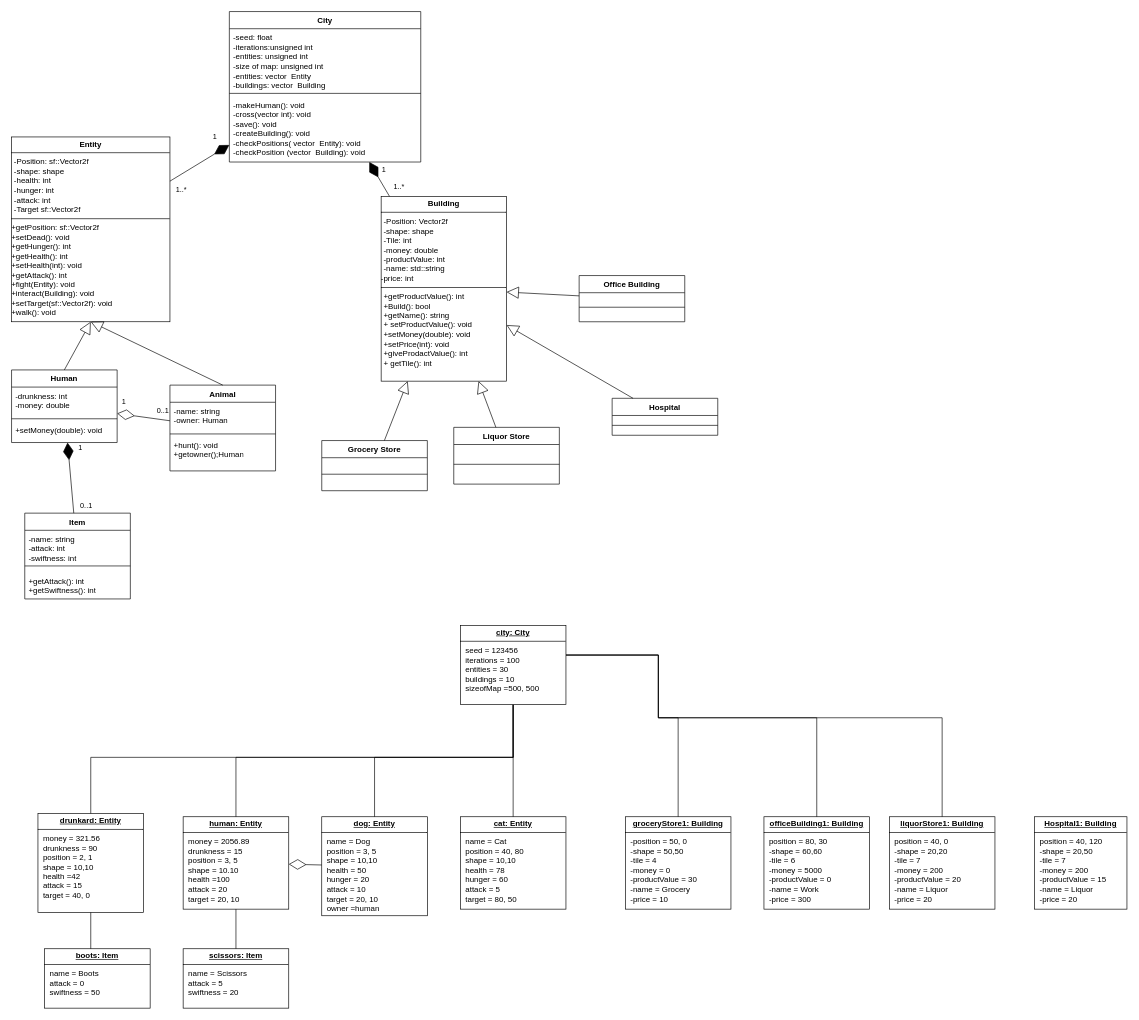
The draw.io diagram drawio/Diagram_Class.drawio in KacKep/city_simulator, before the edit. Source tidied: cells renumbered, new cells numbered last; positions are measured from the earlier drawing's top-left corner, leaving out a move shared by most shapes. Both pictures are drawn from the tidied source at 66%, with x=0, y=0 at pixel (11, 11).
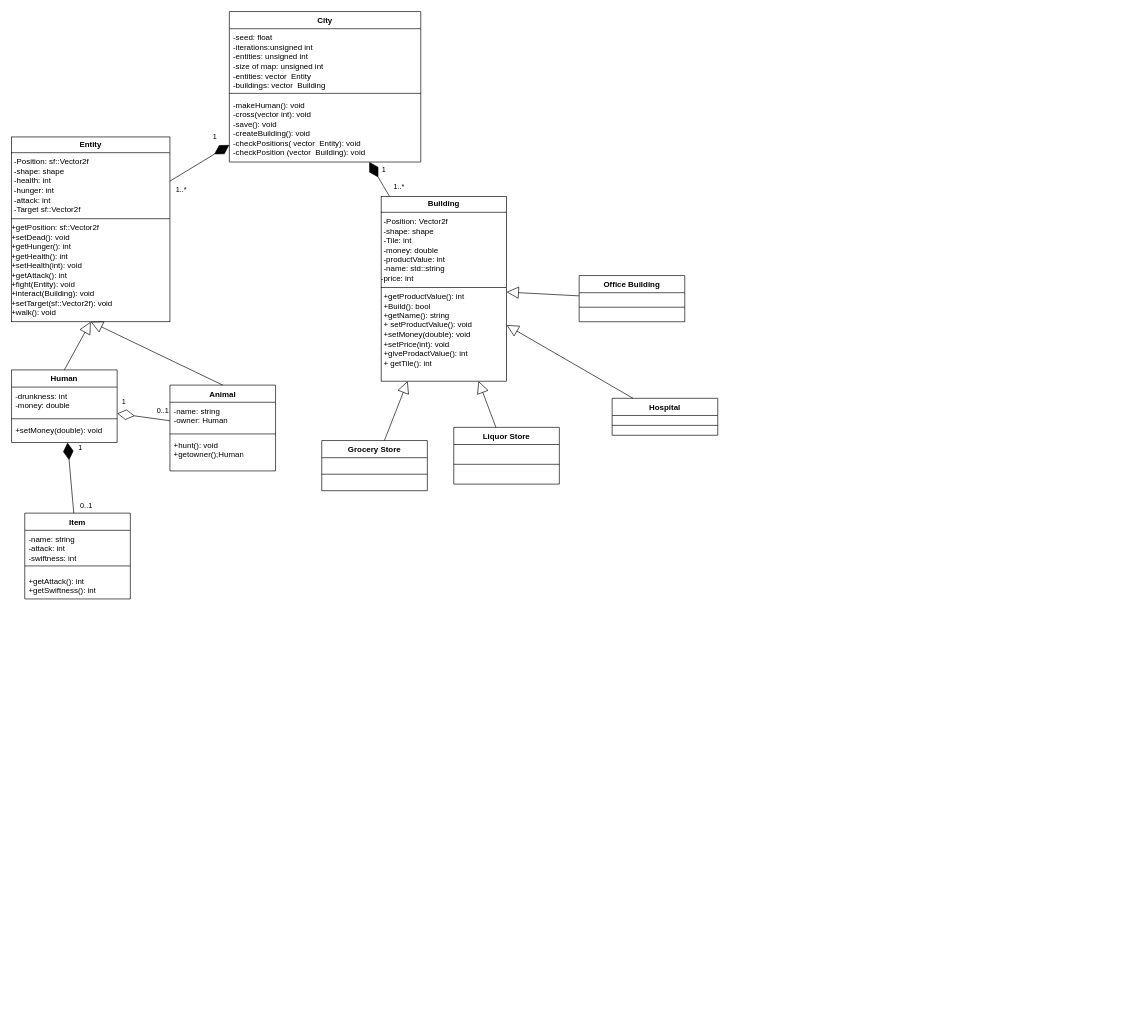
The same diagram, later.

The edit, as a diff of the source:
```diff
@@
-    <mxCell id="42" value="&lt;p style=&quot;margin: 4px 0px 0px; text-align: center; text-decoration: underline;&quot;&gt;&lt;b&gt;drunkard: Entity&lt;/b&gt;&lt;/p&gt;&lt;hr size=&quot;1&quot; style=&quot;border-style:solid;&quot;&gt;&lt;p style=&quot;margin:0px;margin-left:8px;&quot;&gt;money = 321.56&lt;/p&gt;&lt;p style=&quot;margin:0px;margin-left:8px;&quot;&gt;drunkness = 90&lt;/p&gt;&lt;p style=&quot;margin:0px;margin-left:8px;&quot;&gt;position = 2, 1&lt;/p&gt;&lt;p style=&quot;margin:0px;margin-left:8px;&quot;&gt;shape = 10,10&lt;/p&gt;&lt;p style=&quot;margin:0px;margin-left:8px;&quot;&gt;health =42&lt;/p&gt;&lt;p style=&quot;margin:0px;margin-left:8px;&quot;&gt;attack = 15&lt;/p&gt;&lt;p style=&quot;margin:0px;margin-left:8px;&quot;&gt;target = 40, 0&lt;/p&gt;" style="verticalAlign=top;align=left;overflow=fill;html=1;whiteSpace=wrap;" parent="1" vertex="1">
-      <mxGeometry x="40" y="1215" width="160" height="150" as="geometry" />
-    </mxCell>
-    <mxCell id="43" value="&lt;p style=&quot;margin: 4px 0px 0px; text-align: center; text-decoration: underline;&quot;&gt;&lt;b&gt;dog: Entity&lt;/b&gt;&lt;/p&gt;&lt;hr size=&quot;1&quot; style=&quot;border-style:solid;&quot;&gt;&lt;p style=&quot;margin:0px;margin-left:8px;&quot;&gt;name = Dog&lt;/p&gt;&lt;p style=&quot;margin:0px;margin-left:8px;&quot;&gt;position = 3, 5&lt;/p&gt;&lt;p style=&quot;margin:0px;margin-left:8px;&quot;&gt;shape = 10,10&lt;/p&gt;&lt;p style=&quot;margin:0px;margin-left:8px;&quot;&gt;health = 50&lt;/p&gt;&lt;p style=&quot;margin:0px;margin-left:8px;&quot;&gt;hunger = 20&lt;/p&gt;&lt;p style=&quot;margin:0px;margin-left:8px;&quot;&gt;attack = 10&lt;/p&gt;&lt;p style=&quot;margin:0px;margin-left:8px;&quot;&gt;target = 20, 10&lt;/p&gt;&lt;p style=&quot;margin:0px;margin-left:8px;&quot;&gt;owner =human&lt;/p&gt;" style="verticalAlign=top;align=left;overflow=fill;html=1;whiteSpace=wrap;" parent="1" vertex="1">
-      <mxGeometry x="470" y="1220" width="160" height="150" as="geometry" />
-    </mxCell>
-    <mxCell id="44" value="&lt;p style=&quot;margin: 4px 0px 0px; text-align: center; text-decoration: underline;&quot;&gt;&lt;b&gt;cat: Entity&lt;/b&gt;&lt;/p&gt;&lt;hr size=&quot;1&quot; style=&quot;border-style:solid;&quot;&gt;&lt;p style=&quot;margin:0px;margin-left:8px;&quot;&gt;name = Cat&lt;/p&gt;&lt;p style=&quot;margin:0px;margin-left:8px;&quot;&gt;position = 40, 80&lt;/p&gt;&lt;p style=&quot;margin:0px;margin-left:8px;&quot;&gt;shape = 10,10&lt;/p&gt;&lt;p style=&quot;margin:0px;margin-left:8px;&quot;&gt;health = 78&lt;/p&gt;&lt;p style=&quot;margin:0px;margin-left:8px;&quot;&gt;hunger = 60&lt;/p&gt;&lt;p style=&quot;margin:0px;margin-left:8px;&quot;&gt;attack = 5&lt;/p&gt;&lt;p style=&quot;margin:0px;margin-left:8px;&quot;&gt;target = 80, 50&lt;/p&gt;" style="verticalAlign=top;align=left;overflow=fill;html=1;whiteSpace=wrap;" parent="1" vertex="1">
-      <mxGeometry x="680" y="1220" width="160" height="140" as="geometry" />
-    </mxCell>
-    <mxCell id="45" value="&lt;p style=&quot;margin: 4px 0px 0px; text-align: center; text-decoration: underline;&quot;&gt;&lt;b&gt;human: Entity&lt;/b&gt;&lt;/p&gt;&lt;hr size=&quot;1&quot; style=&quot;border-style:solid;&quot;&gt;&lt;p style=&quot;margin:0px;margin-left:8px;&quot;&gt;money = 2056.89&lt;/p&gt;&lt;p style=&quot;margin:0px;margin-left:8px;&quot;&gt;drunkness = 15&lt;/p&gt;&lt;p style=&quot;margin:0px;margin-left:8px;&quot;&gt;position = 3, 5&lt;/p&gt;&lt;p style=&quot;margin:0px;margin-left:8px;&quot;&gt;shape = 10.10&lt;/p&gt;&lt;p style=&quot;margin:0px;margin-left:8px;&quot;&gt;health =100&lt;/p&gt;&lt;p style=&quot;margin:0px;margin-left:8px;&quot;&gt;attack = 20&lt;/p&gt;&lt;p style=&quot;margin:0px;margin-left:8px;&quot;&gt;target = 20, 10&lt;/p&gt;" style="verticalAlign=top;align=left;overflow=fill;html=1;whiteSpace=wrap;" parent="1" vertex="1">
-      <mxGeometry x="260" y="1220" width="160" height="140" as="geometry" />
-    </mxCell>
-    <mxCell id="46" value="&lt;p style=&quot;margin: 4px 0px 0px; text-align: center; text-decoration: underline;&quot;&gt;&lt;b&gt;scissors: Item&lt;/b&gt;&lt;/p&gt;&lt;hr size=&quot;1&quot; style=&quot;border-style:solid;&quot;&gt;&lt;p style=&quot;margin:0px;margin-left:8px;&quot;&gt;name = Scissors&lt;/p&gt;&lt;p style=&quot;margin:0px;margin-left:8px;&quot;&gt;attack = 5&lt;/p&gt;&lt;p style=&quot;margin:0px;margin-left:8px;&quot;&gt;swiftness = 20&lt;/p&gt;" style="verticalAlign=top;align=left;overflow=fill;html=1;whiteSpace=wrap;" parent="1" vertex="1">
-      <mxGeometry x="260" y="1420" width="160" height="90" as="geometry" />
-    </mxCell>
-    <mxCell id="47" value="&lt;p style=&quot;margin: 4px 0px 0px; text-align: center; text-decoration: underline;&quot;&gt;&lt;b&gt;boots: Item&lt;/b&gt;&lt;/p&gt;&lt;hr size=&quot;1&quot; style=&quot;border-style:solid;&quot;&gt;&lt;p style=&quot;margin:0px;margin-left:8px;&quot;&gt;name = Boots&lt;/p&gt;&lt;p style=&quot;margin:0px;margin-left:8px;&quot;&gt;attack = 0&lt;/p&gt;&lt;p style=&quot;margin:0px;margin-left:8px;&quot;&gt;swiftness = 50&lt;/p&gt;" style="verticalAlign=top;align=left;overflow=fill;html=1;whiteSpace=wrap;" parent="1" vertex="1">
-      <mxGeometry x="50" y="1420" width="160" height="90" as="geometry" />
-    </mxCell>
-    <mxCell id="48" value="&lt;p style=&quot;margin: 4px 0px 0px; text-align: center; text-decoration: underline;&quot;&gt;&lt;b&gt;groceryStore1: Building&lt;/b&gt;&lt;/p&gt;&lt;hr size=&quot;1&quot; style=&quot;border-style:solid;&quot;&gt;&lt;p style=&quot;margin:0px;margin-left:8px;&quot;&gt;-position = 50, 0&lt;/p&gt;&lt;p style=&quot;margin:0px;margin-left:8px;&quot;&gt;-shape = 50,50&lt;/p&gt;&lt;p style=&quot;margin:0px;margin-left:8px;&quot;&gt;-tile = 4&lt;/p&gt;&lt;p style=&quot;margin:0px;margin-left:8px;&quot;&gt;-money = 0&lt;/p&gt;&lt;p style=&quot;margin:0px;margin-left:8px;&quot;&gt;-productValue = 30&lt;/p&gt;&lt;p style=&quot;margin:0px;margin-left:8px;&quot;&gt;-name = Grocery&lt;/p&gt;&lt;p style=&quot;margin:0px;margin-left:8px;&quot;&gt;-price = 10&lt;/p&gt;&lt;p style=&quot;margin:0px;margin-left:8px;&quot;&gt;&lt;br&gt;&lt;/p&gt;" style="verticalAlign=top;align=left;overflow=fill;html=1;whiteSpace=wrap;" parent="1" vertex="1">
-      <mxGeometry x="930" y="1220" width="160" height="140" as="geometry" />
-    </mxCell>
-    <mxCell id="49" value="&lt;p style=&quot;margin: 4px 0px 0px; text-align: center; text-decoration: underline;&quot;&gt;&lt;b&gt;officeBuilding1: Building&lt;/b&gt;&lt;/p&gt;&lt;hr size=&quot;1&quot; style=&quot;border-style:solid;&quot;&gt;&lt;p style=&quot;margin:0px;margin-left:8px;&quot;&gt;position = 80, 30&lt;/p&gt;&lt;p style=&quot;margin:0px;margin-left:8px;&quot;&gt;-shape = 60,60&lt;/p&gt;&lt;p style=&quot;margin:0px;margin-left:8px;&quot;&gt;-tile = 6&lt;/p&gt;&lt;p style=&quot;margin:0px;margin-left:8px;&quot;&gt;-money = 5000&lt;/p&gt;&lt;p style=&quot;margin:0px;margin-left:8px;&quot;&gt;-productValue = 0&lt;/p&gt;&lt;p style=&quot;margin:0px;margin-left:8px;&quot;&gt;-name = Work&lt;/p&gt;&lt;p style=&quot;margin:0px;margin-left:8px;&quot;&gt;-price = 300&lt;/p&gt;&lt;p style=&quot;margin:0px;margin-left:8px;&quot;&gt;&lt;br&gt;&lt;br&gt;&lt;/p&gt;" style="verticalAlign=top;align=left;overflow=fill;html=1;whiteSpace=wrap;" parent="1" vertex="1">
-      <mxGeometry x="1140" y="1220" width="160" height="140" as="geometry" />
-    </mxCell>
-    <mxCell id="50" value="&lt;p style=&quot;margin: 4px 0px 0px; text-align: center; text-decoration: underline;&quot;&gt;&lt;b&gt;liquorStore1: Building&lt;/b&gt;&lt;/p&gt;&lt;hr size=&quot;1&quot; style=&quot;border-style:solid;&quot;&gt;&lt;p style=&quot;margin:0px;margin-left:8px;&quot;&gt;position = 40, 0&lt;/p&gt;&lt;p style=&quot;margin:0px;margin-left:8px;&quot;&gt;-shape = 20,20&lt;/p&gt;&lt;p style=&quot;margin:0px;margin-left:8px;&quot;&gt;-tile = 7&lt;/p&gt;&lt;p style=&quot;margin:0px;margin-left:8px;&quot;&gt;-money = 200&lt;/p&gt;&lt;p style=&quot;margin:0px;margin-left:8px;&quot;&gt;-productValue = 20&lt;/p&gt;&lt;p style=&quot;margin:0px;margin-left:8px;&quot;&gt;-name = Liquor&lt;/p&gt;&lt;p style=&quot;margin:0px;margin-left:8px;&quot;&gt;-price = 20&lt;/p&gt;&lt;p style=&quot;margin:0px;margin-left:8px;&quot;&gt;&lt;br&gt;&lt;br&gt;&lt;/p&gt;" style="verticalAlign=top;align=left;overflow=fill;html=1;whiteSpace=wrap;" parent="1" vertex="1">
-      <mxGeometry x="1330" y="1220" width="160" height="140" as="geometry" />
-    </mxCell>
-    <mxCell id="51" style="endArrow=none;html=1;edgeStyle=orthogonalEdgeStyle;rounded=0;" parent="1" edge="1" source="42" target="62">
-      <mxGeometry relative="1" as="geometry">
-        <Array as="points">
-          <mxPoint x="120" y="1130" />
-          <mxPoint x="760" y="1130" />
-        </Array>
-      </mxGeometry>
-    </mxCell>
-    <mxCell id="52" style="endArrow=none;html=1;edgeStyle=orthogonalEdgeStyle;rounded=0;" parent="1" edge="1" source="45" target="62">
-      <mxGeometry relative="1" as="geometry">
-        <Array as="points">
-          <mxPoint x="340" y="1130" />
-          <mxPoint x="760" y="1130" />
-        </Array>
-      </mxGeometry>
-    </mxCell>
-    <mxCell id="53" style="endArrow=none;html=1;edgeStyle=orthogonalEdgeStyle;rounded=0;" parent="1" edge="1" source="43" target="62">
-      <mxGeometry relative="1" as="geometry">
-        <Array as="points">
-          <mxPoint x="550" y="1130" />
-          <mxPoint x="760" y="1130" />
-        </Array>
-      </mxGeometry>
-    </mxCell>
-    <mxCell id="54" style="endArrow=none;html=1;edgeStyle=orthogonalEdgeStyle;rounded=0;" parent="1" edge="1" source="44" target="62">
-      <mxGeometry relative="1" as="geometry" />
-    </mxCell>
-    <mxCell id="55" style="endArrow=none;html=1;edgeStyle=orthogonalEdgeStyle;rounded=0;entryX=0.5;entryY=1;entryDx=0;entryDy=0;" parent="1" edge="1" source="47" target="42">
-      <mxGeometry relative="1" as="geometry">
-        <Array as="points">
-          <mxPoint x="130" y="1470" />
-          <mxPoint x="121" y="1470" />
-          <mxPoint x="121" y="1420" />
-        </Array>
-      </mxGeometry>
-    </mxCell>
-    <mxCell id="56" style="endArrow=none;html=1;edgeStyle=orthogonalEdgeStyle;rounded=0;" parent="1" edge="1" source="46" target="45">
-      <mxGeometry relative="1" as="geometry" />
-    </mxCell>
-    <mxCell id="57" style="endArrow=diamondThin;endFill=0;endSize=24;html=1;rounded=0;" parent="1" edge="1" source="43" target="45">
-      <mxGeometry relative="1" as="geometry" />
-    </mxCell>
-    <mxCell id="58" style="endArrow=none;html=1;edgeStyle=orthogonalEdgeStyle;rounded=0;" parent="1" edge="1" source="48" target="62">
-      <mxGeometry relative="1" as="geometry">
-        <Array as="points">
-          <mxPoint x="1010" y="1070" />
-          <mxPoint x="980" y="1070" />
-          <mxPoint x="980" y="975" />
-        </Array>
-      </mxGeometry>
-    </mxCell>
-    <mxCell id="59" style="endArrow=none;html=1;edgeStyle=orthogonalEdgeStyle;rounded=0;" parent="1" edge="1" source="49" target="62">
-      <mxGeometry relative="1" as="geometry">
-        <Array as="points">
-          <mxPoint x="1220" y="1070" />
-          <mxPoint x="980" y="1070" />
-          <mxPoint x="980" y="975" />
-        </Array>
-      </mxGeometry>
-    </mxCell>
-    <mxCell id="60" style="endArrow=none;html=1;edgeStyle=orthogonalEdgeStyle;rounded=0;" parent="1" edge="1" source="50" target="62">
-      <mxGeometry relative="1" as="geometry">
-        <Array as="points">
-          <mxPoint x="1410" y="1070" />
-          <mxPoint x="980" y="1070" />
-          <mxPoint x="980" y="975" />
-        </Array>
-      </mxGeometry>
-    </mxCell>
-    <mxCell id="61" value="&lt;p style=&quot;margin: 4px 0px 0px; text-align: center; text-decoration: underline;&quot;&gt;&lt;b&gt;Hospital1: Building&lt;/b&gt;&lt;/p&gt;&lt;hr size=&quot;1&quot; style=&quot;border-style:solid;&quot;&gt;&lt;p style=&quot;margin:0px;margin-left:8px;&quot;&gt;position = 40, 120&lt;/p&gt;&lt;p style=&quot;margin:0px;margin-left:8px;&quot;&gt;-shape = 20,50&lt;/p&gt;&lt;p style=&quot;margin:0px;margin-left:8px;&quot;&gt;-tile = 7&lt;/p&gt;&lt;p style=&quot;margin:0px;margin-left:8px;&quot;&gt;-money = 200&lt;/p&gt;&lt;p style=&quot;margin:0px;margin-left:8px;&quot;&gt;-productValue = 15&lt;/p&gt;&lt;p style=&quot;margin:0px;margin-left:8px;&quot;&gt;-name = Liquor&lt;/p&gt;&lt;p style=&quot;margin:0px;margin-left:8px;&quot;&gt;-price = 20&lt;/p&gt;&lt;p style=&quot;margin:0px;margin-left:8px;&quot;&gt;&lt;br&gt;&lt;br&gt;&lt;/p&gt;" style="verticalAlign=top;align=left;overflow=fill;html=1;whiteSpace=wrap;" parent="1" vertex="1">
-      <mxGeometry x="1550" y="1220" width="140" height="140" as="geometry" />
-    </mxCell>
-    <mxCell id="62" value="&lt;p style=&quot;margin: 4px 0px 0px; text-align: center; text-decoration: underline;&quot;&gt;&lt;b&gt;city: City&lt;/b&gt;&lt;/p&gt;&lt;hr size=&quot;1&quot; style=&quot;border-style:solid;&quot;&gt;&lt;p style=&quot;margin:0px;margin-left:8px;&quot;&gt;seed = 123456&lt;/p&gt;&lt;p style=&quot;margin:0px;margin-left:8px;&quot;&gt;iterations = 100&lt;/p&gt;&lt;p style=&quot;margin:0px;margin-left:8px;&quot;&gt;entities = 30&lt;/p&gt;&lt;p style=&quot;margin:0px;margin-left:8px;&quot;&gt;buildings = 10&lt;/p&gt;&lt;p style=&quot;margin:0px;margin-left:8px;&quot;&gt;sizeofMap =500, 500&lt;/p&gt;" style="verticalAlign=top;align=left;overflow=fill;html=1;whiteSpace=wrap;" parent="1" vertex="1">
-      <mxGeometry x="680" y="930" width="160" height="120" as="geometry" />
-    </mxCell>
```
